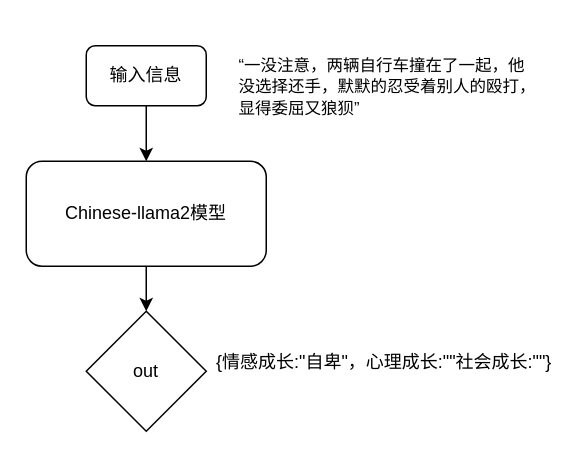
This is 性格刻画维度.drawio from Luoxun1989/work-graph, a draw.io file, before an edit. Source tidied: cells renumbered, new cells numbered last; positions are measured from the earlier drawing's top-left corner, leaving out a move shared by most shapes. Both pictures are drawn from the tidied source at 150%, with x=0, y=0 at pixel (26, 26).
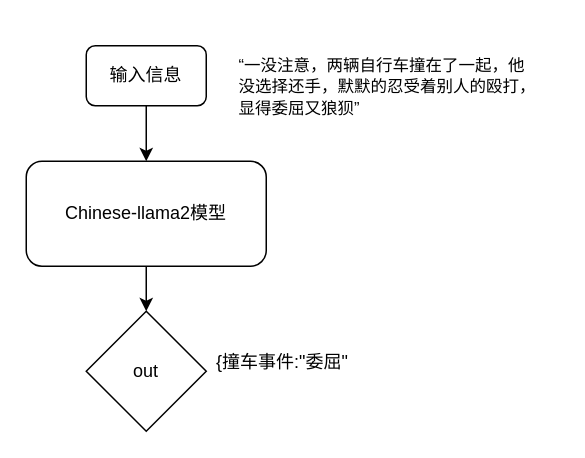
The same diagram, later.

Commit message (it also covers changes not shown here):
更新性格刻画维度.drawio

What changed in the source:
```diff
@@
 <mxGraphModel>
   <root>
     <mxCell id="0" />
     <mxCell id="1" parent="0" />
     <mxCell id="2" value="输入信息" style="rounded=1;whiteSpace=wrap;html=1;fontSize=12;glass=0;strokeWidth=1;shadow=0;" parent="1" vertex="1">
       <mxGeometry x="40" y="13" width="80" height="40" as="geometry" />
     </mxCell>
     <mxCell id="3" value="Chinese-llama2模型" style="rounded=1;whiteSpace=wrap;html=1;fontSize=12;glass=0;strokeWidth=1;shadow=0;" parent="1" vertex="1">
       <mxGeometry y="90" width="160" height="70" as="geometry" />
     </mxCell>
     <mxCell id="4" style="endArrow=classic;html=1;rounded=0;exitX=0.5;exitY=1;exitDx=0;exitDy=0;" parent="1" edge="1" source="2" target="3">
       <mxGeometry relative="1" as="geometry" />
     </mxCell>
     <mxCell id="5" value="&lt;p class=&quot;MsoNormal&quot;&gt;&lt;font style=&quot;font-size: 11px;&quot;&gt;&lt;span style=&quot;font-family: 宋体;&quot;&gt;&lt;font style=&quot;&quot; face=&quot;宋体&quot;&gt;“&lt;/font&gt;&lt;/span&gt;&lt;span style=&quot;font-family: 宋体;&quot;&gt;&lt;font face=&quot;宋体&quot;&gt;一没注意，两辆自行车撞在了一起，他没选择还手，默默的忍受着别人的殴打，显得委屈又狼狈&lt;/font&gt;&lt;/span&gt;&lt;span style=&quot;font-family: 宋体;&quot;&gt;&lt;font style=&quot;&quot; face=&quot;宋体&quot;&gt;”&lt;/font&gt;&lt;/span&gt;&lt;/font&gt;&lt;/p&gt;" style="text;whiteSpace=wrap;html=1;" parent="1" vertex="1">
       <mxGeometry x="140" width="200" height="80" as="geometry" />
     </mxCell>
-    <mxCell id="6" value="{情感成长:&quot;自卑&quot;，心理成长:&quot;&quot;社会成长:&quot;&quot;}" style="text;whiteSpace=wrap;fontFamily=Helvetica;" parent="1" vertex="1">
-      <mxGeometry x="125" y="210" width="230" height="40" as="geometry" />
+    <mxCell id="6" value="{撞车事件:&quot;委屈&quot;" style="text;whiteSpace=wrap;fontFamily=Helvetica;" parent="1" vertex="1">
+      <mxGeometry x="125" y="210" width="95" height="40" as="geometry" />
     </mxCell>
     <mxCell id="7" value="out" style="rhombus;whiteSpace=wrap;html=1;" parent="1" vertex="1">
       <mxGeometry x="40" y="190" width="80" height="80" as="geometry" />
     </mxCell>
     <mxCell id="8" style="endArrow=classic;html=1;rounded=0;exitX=0.5;exitY=1;exitDx=0;exitDy=0;" parent="1" edge="1" source="3" target="7">
       <mxGeometry relative="1" as="geometry" />
     </mxCell>
   </root>
 </mxGraphModel>
```
